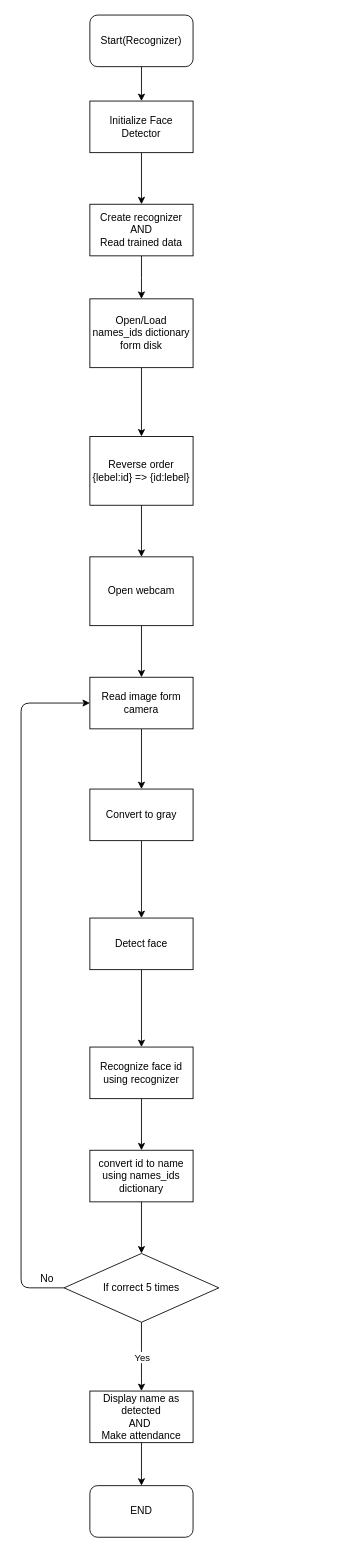
Above: Documentation/Flow Diagram/5.recognizer.drawio in prashantsingh2408/Face-Recognition-Attendance-System (draw.io), before the change. Source tidied: cells renumbered, new cells numbered last; positions are measured from the earlier drawing's top-left corner, leaving out a move shared by most shapes. Both pictures are drawn from the tidied source at 86%, with x=0, y=0 at pixel (21, 15).
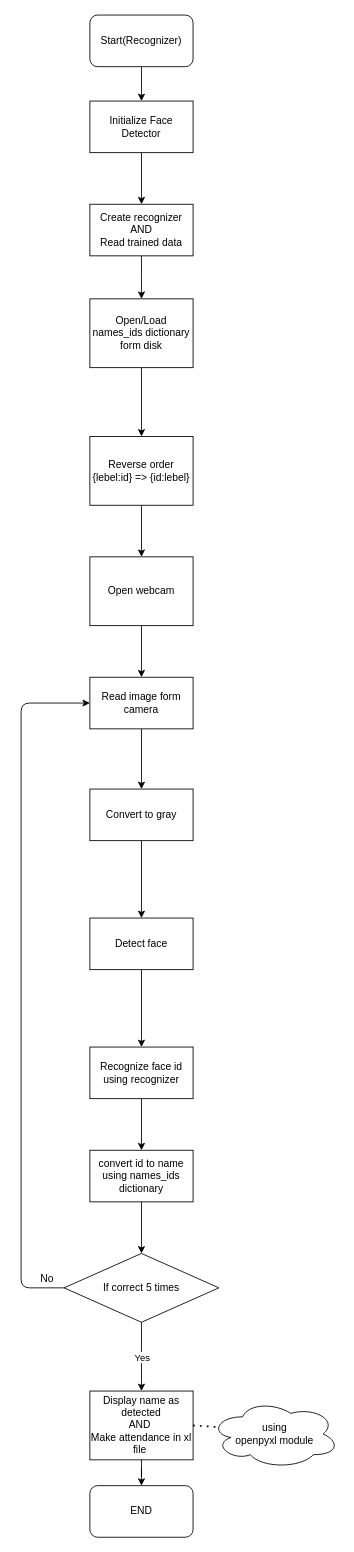
Above is the later version.

The edit, as a diff of the source:
```diff
@@
-    <mxCell id="24" value="Display name as detected&lt;br&gt;AND&amp;nbsp;&lt;br&gt;Make attendance" style="whiteSpace=wrap;html=1;" parent="1" vertex="1">
-      <mxGeometry x="80" y="1600" width="120" height="60" as="geometry" />
+    <mxCell id="24" value="Display name as detected&lt;br&gt;AND&amp;nbsp;&lt;br&gt;Make attendance in xl file&amp;nbsp;" style="whiteSpace=wrap;html=1;" parent="1" vertex="1">
+      <mxGeometry x="80" y="1600" width="120" height="80" as="geometry" />
     </mxCell>
@@
+    <mxCell id="32" style="endArrow=none;dashed=1;html=1;dashPattern=1 3;strokeWidth=2;exitX=1;exitY=0.5;exitDx=0;exitDy=0;entryX=0.07;entryY=0.4;entryDx=0;entryDy=0;entryPerimeter=0;" parent="1" edge="1" source="24" target="33">
+      <mxGeometry relative="1" as="geometry" />
+    </mxCell>
+    <mxCell id="33" value="using &lt;br&gt;openpyxl module" style="ellipse;shape=cloud;whiteSpace=wrap;html=1;" parent="1" vertex="1">
+      <mxGeometry x="220" y="1610" width="150" height="80" as="geometry" />
+    </mxCell>
```
